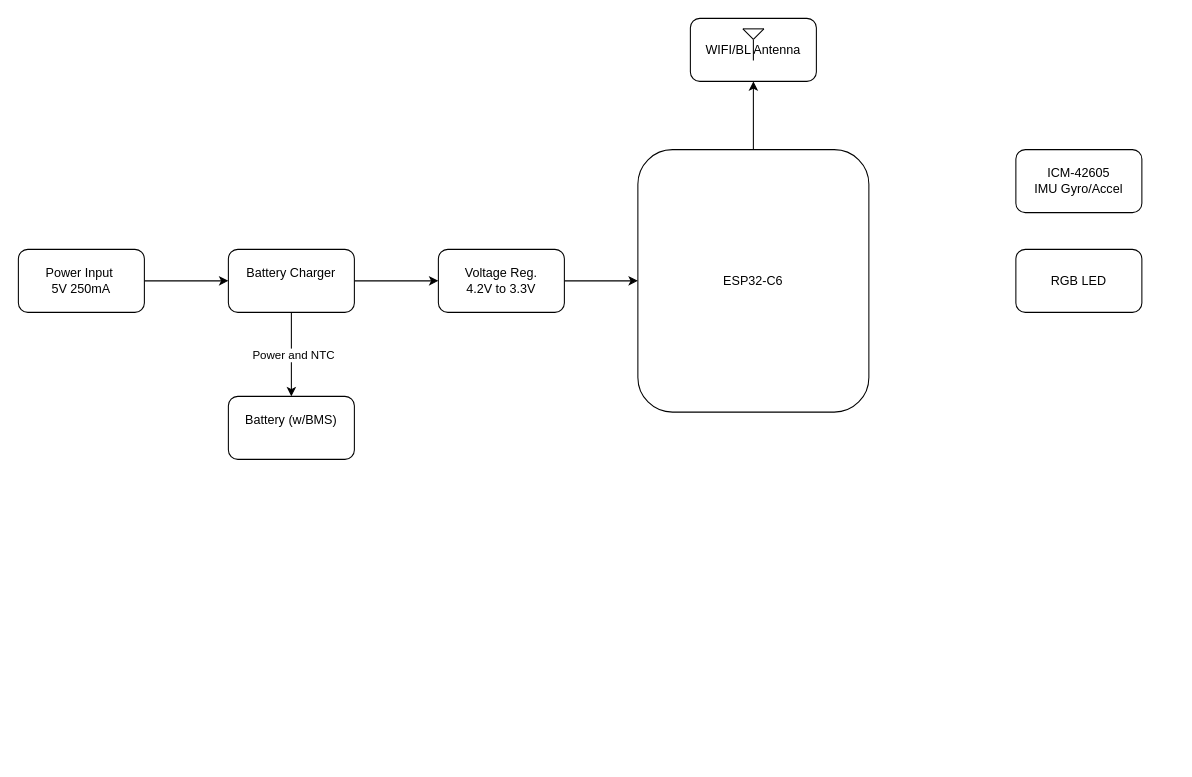
Before: Documantation/esp32-c6-block_diagram.drawio in mezarkabul/esp32-c6, a draw.io diagram. Source tidied: cells renumbered, new cells numbered last; positions are measured from the earlier drawing's top-left corner, leaving out a move shared by most shapes. Both pictures are drawn from the tidied source at 105%, with x=0, y=0 at pixel (18, 18).
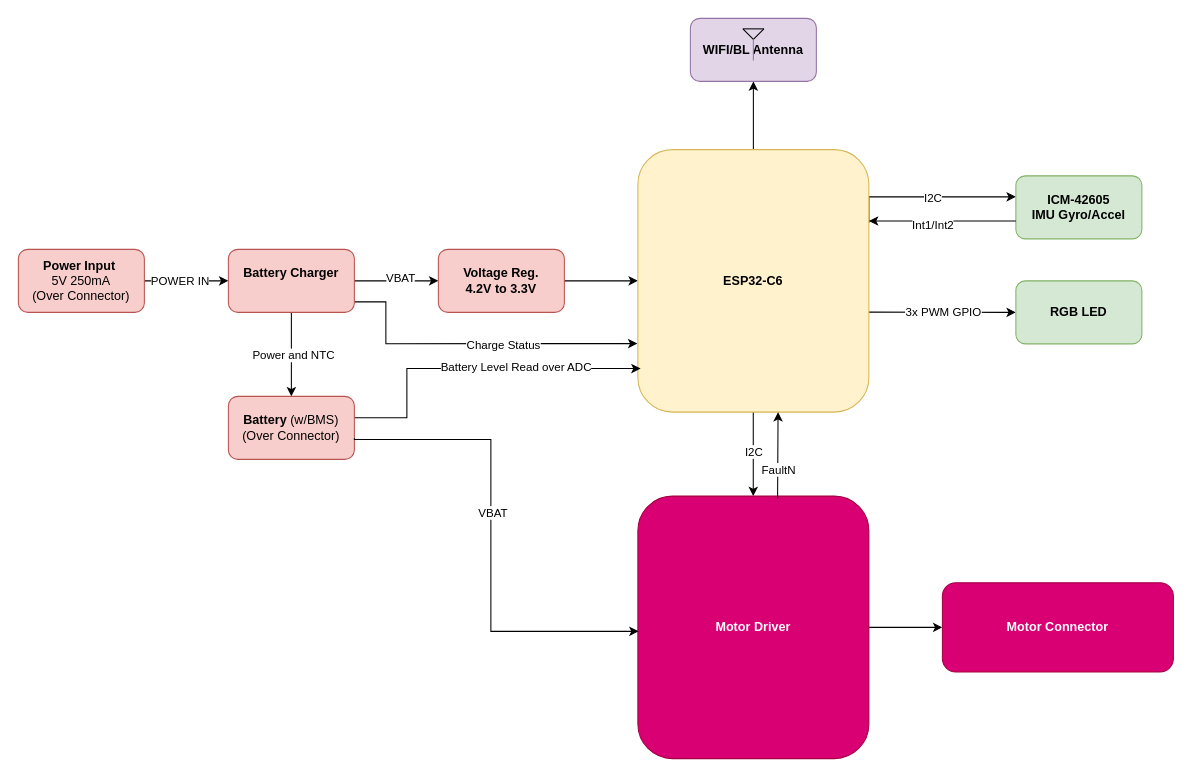
The same diagram, later.

Unchanged cells that the change refers to:
```xml
<mxCell id="2" style="edgeStyle=orthogonalEdgeStyle;rounded=0;jettySize=auto;html=1;" parent="1" edge="1" source="3" target="7">
  <mxGeometry relative="1" as="geometry" />
</mxCell>
<mxCell id="6" style="edgeStyle=orthogonalEdgeStyle;rounded=0;jettySize=auto;html=1;exitX=1;exitY=0.5;exitDx=0;exitDy=0;" parent="1" edge="1" source="7" target="10">
  <mxGeometry relative="1" as="geometry" />
</mxCell>
```

Change to the diagram source:
```diff
@@
+    <mxCell id="20" value="POWER IN" style="edgeLabel;html=1;align=center;verticalAlign=middle;" parent="2" vertex="1">
+      <mxGeometry x="-0.18" y="1" relative="1" as="geometry" />
+    </mxCell>
-    <mxCell id="3" value="Power Input&amp;nbsp;&lt;br&gt;5V 250mA" style="rounded=1;whiteSpace=wrap;html=1;" parent="1" vertex="1">
+    <mxCell id="3" value="&lt;b&gt;Power Input&amp;nbsp;&lt;/b&gt;&lt;br&gt;5V 250mA&lt;br&gt;(Over Connector)" style="rounded=1;whiteSpace=wrap;html=1;fillColor=#f8cecc;strokeColor=#b85450;" parent="1" vertex="1">
       <mxGeometry y="220" width="120" height="60" as="geometry" />
     </mxCell>
@@
+    <mxCell id="21" value="VBAT" style="edgeLabel;html=1;align=center;verticalAlign=middle;" parent="6" vertex="1">
+      <mxGeometry x="0.08" y="3" relative="1" as="geometry" />
+    </mxCell>
+    <mxCell id="22" style="edgeStyle=orthogonalEdgeStyle;rounded=0;jettySize=auto;html=1;entryX=-0.002;entryY=0.739;entryDx=0;entryDy=0;entryPerimeter=0;" parent="1" edge="1" source="7" target="12">
+      <mxGeometry relative="1" as="geometry">
+        <Array as="points">
+          <mxPoint x="350" y="270" />
+          <mxPoint x="350" y="310" />
+        </Array>
+      </mxGeometry>
+    </mxCell>
+    <mxCell id="23" value="Charge Status" style="edgeLabel;html=1;align=center;verticalAlign=middle;" parent="22" vertex="1">
+      <mxGeometry x="-0.19" y="-1" relative="1" as="geometry">
+        <mxPoint x="56" as="offset" />
+      </mxGeometry>
+    </mxCell>
-    <mxCell id="7" value="Battery Charger&lt;div&gt;&lt;br&gt;&lt;/div&gt;" style="whiteSpace=wrap;html=1;rounded=1;" parent="1" vertex="1">
+    <mxCell id="7" value="&lt;b&gt;Battery Charger&lt;/b&gt;&lt;div&gt;&lt;br&gt;&lt;/div&gt;" style="whiteSpace=wrap;html=1;rounded=1;fillColor=#f8cecc;strokeColor=#b85450;" parent="1" vertex="1">
       <mxGeometry x="200" y="220" width="120" height="60" as="geometry" />
     </mxCell>
-    <mxCell id="8" value="Battery (w/BMS)&lt;div&gt;&lt;br&gt;&lt;/div&gt;" style="whiteSpace=wrap;html=1;rounded=1;" parent="1" vertex="1">
+    <mxCell id="8" value="&lt;b&gt;Battery &lt;/b&gt;(w/BMS)&lt;div&gt;(Over Connector)&lt;/div&gt;" style="whiteSpace=wrap;html=1;rounded=1;fillColor=#f8cecc;strokeColor=#b85450;" parent="1" vertex="1">
       <mxGeometry x="200" y="360" width="120" height="60" as="geometry" />
     </mxCell>
@@
-    <mxCell id="10" value="Voltage Reg.&lt;br&gt;4.2V to 3.3V" style="whiteSpace=wrap;html=1;rounded=1;" parent="1" vertex="1">
+    <mxCell id="10" value="&lt;b&gt;Voltage Reg.&lt;br&gt;4.2V to 3.3V&lt;/b&gt;" style="whiteSpace=wrap;html=1;rounded=1;fillColor=#f8cecc;strokeColor=#b85450;" parent="1" vertex="1">
       <mxGeometry x="400" y="220" width="120" height="60" as="geometry" />
     </mxCell>
@@
+    <mxCell id="24" style="edgeStyle=orthogonalEdgeStyle;rounded=0;jettySize=auto;html=1;entryX=0;entryY=0.5;entryDx=0;entryDy=0;exitX=0.991;exitY=0.619;exitDx=0;exitDy=0;exitPerimeter=0;" parent="1" edge="1" source="12" target="19">
+      <mxGeometry relative="1" as="geometry" />
+    </mxCell>
+    <mxCell id="25" value="3x PWM GPIO" style="edgeLabel;html=1;align=center;verticalAlign=middle;" parent="24" vertex="1">
+      <mxGeometry x="-0.19" y="1" relative="1" as="geometry">
+        <mxPoint x="14" y="1" as="offset" />
+      </mxGeometry>
+    </mxCell>
+    <mxCell id="26" style="edgeStyle=orthogonalEdgeStyle;rounded=0;orthogonalLoop=1;jettySize=auto;html=1;entryX=0;entryY=0.5;entryDx=0;entryDy=0;" parent="1" edge="1">
+      <mxGeometry relative="1" as="geometry">
+        <mxPoint x="810" y="195" as="sourcePoint" />
+        <mxPoint x="950" y="170" as="targetPoint" />
+        <Array as="points">
+          <mxPoint x="810" y="170" />
+        </Array>
+      </mxGeometry>
+    </mxCell>
+    <mxCell id="27" value="I2C" style="edgeLabel;html=1;align=center;verticalAlign=middle;" parent="26" vertex="1">
+      <mxGeometry x="-0.3" relative="1" as="geometry">
+        <mxPoint x="27" as="offset" />
+      </mxGeometry>
+    </mxCell>
+    <mxCell id="28" style="edgeStyle=orthogonalEdgeStyle;rounded=0;orthogonalLoop=1;jettySize=auto;html=1;" parent="1" edge="1">
+      <mxGeometry relative="1" as="geometry">
+        <mxPoint x="699.9" y="375" as="sourcePoint" />
+        <mxPoint x="699.9" y="455" as="targetPoint" />
+      </mxGeometry>
+    </mxCell>
+    <mxCell id="29" value="I2C&amp;nbsp;" style="edgeLabel;html=1;align=center;verticalAlign=middle;" parent="28" vertex="1">
+      <mxGeometry x="-0.07" y="2" relative="1" as="geometry" />
+    </mxCell>
-    <mxCell id="12" value="ESP32-C6" style="whiteSpace=wrap;html=1;rounded=1;" parent="1" vertex="1">
+    <mxCell id="12" value="&lt;b&gt;ESP32-C6&lt;/b&gt;" style="whiteSpace=wrap;html=1;rounded=1;fillColor=#fff2cc;strokeColor=#d6b656;" parent="1" vertex="1">
       <mxGeometry x="590" y="125" width="220" height="250" as="geometry" />
     </mxCell>
-    <mxCell id="13" value="WIFI/BL Antenna" style="whiteSpace=wrap;html=1;rounded=1;" parent="1" vertex="1">
+    <mxCell id="13" value="&lt;b&gt;WIFI/BL Antenna&lt;/b&gt;" style="whiteSpace=wrap;html=1;rounded=1;fillColor=#e1d5e7;strokeColor=#9673a6;" parent="1" vertex="1">
       <mxGeometry x="640" width="120" height="60" as="geometry" />
     </mxCell>
@@
-    <mxCell id="17" style="endArrow=none;html=1;rounded=0;" parent="1" edge="1">
+    <mxCell id="17" style="endArrow=none;html=1;rounded=0;fillColor=#e1d5e7;strokeColor=#9673a6;" parent="1" edge="1">
       <mxGeometry relative="1" as="geometry">
         <mxPoint x="700" y="40" as="sourcePoint" />
         <mxPoint x="700" y="20" as="targetPoint" />
       </mxGeometry>
     </mxCell>
-    <mxCell id="18" value="ICM-42605&lt;br&gt;IMU Gyro/Accel" style="rounded=1;whiteSpace=wrap;html=1;" parent="1" vertex="1">
-      <mxGeometry x="950" y="125" width="120" height="60" as="geometry" />
+    <mxCell id="18" value="&lt;b&gt;ICM-42605&lt;br&gt;IMU Gyro/Accel&lt;/b&gt;" style="rounded=1;whiteSpace=wrap;html=1;fillColor=#d5e8d4;strokeColor=#82b366;" parent="1" vertex="1">
+      <mxGeometry x="950" y="150" width="120" height="60" as="geometry" />
     </mxCell>
-    <mxCell id="19" value="RGB LED" style="rounded=1;whiteSpace=wrap;html=1;" parent="1" vertex="1">
-      <mxGeometry x="950" y="220" width="120" height="60" as="geometry" />
+    <mxCell id="19" value="&lt;b&gt;RGB LED&lt;/b&gt;" style="rounded=1;whiteSpace=wrap;html=1;fillColor=#d5e8d4;strokeColor=#82b366;" parent="1" vertex="1">
+      <mxGeometry x="950" y="250" width="120" height="60" as="geometry" />
     </mxCell>
+    <mxCell id="30" style="edgeStyle=orthogonalEdgeStyle;rounded=0;jettySize=auto;html=1;" parent="1" edge="1" source="31" target="38">
+      <mxGeometry relative="1" as="geometry" />
+    </mxCell>
+    <mxCell id="31" value="&lt;b&gt;Motor Driver&lt;/b&gt;" style="whiteSpace=wrap;html=1;rounded=1;fillColor=#d80073;fontColor=#ffffff;strokeColor=#A50040;" parent="1" vertex="1">
+      <mxGeometry x="590" y="455" width="220" height="250" as="geometry" />
+    </mxCell>
+    <mxCell id="32" style="edgeStyle=orthogonalEdgeStyle;rounded=0;jettySize=auto;html=1;entryX=0.607;entryY=0.998;entryDx=0;entryDy=0;entryPerimeter=0;exitX=0.605;exitY=0.011;exitDx=0;exitDy=0;exitPerimeter=0;" parent="1" edge="1" source="31">
+      <mxGeometry relative="1" as="geometry">
+        <mxPoint x="723.5" y="375" as="targetPoint" />
+        <Array as="points">
+          <mxPoint x="723" y="450" />
+          <mxPoint x="724" y="450" />
+        </Array>
+      </mxGeometry>
+    </mxCell>
+    <mxCell id="33" value="FaultN" style="edgeLabel;html=1;align=center;verticalAlign=middle;" parent="32" vertex="1">
+      <mxGeometry x="-0.06" relative="1" as="geometry">
+        <mxPoint y="11" as="offset" />
+      </mxGeometry>
+    </mxCell>
+    <mxCell id="34" style="edgeStyle=orthogonalEdgeStyle;rounded=0;orthogonalLoop=1;jettySize=auto;html=1;entryX=0.003;entryY=0.475;entryDx=0;entryDy=0;entryPerimeter=0;" parent="1" edge="1">
+      <mxGeometry relative="1" as="geometry">
+        <mxPoint x="320" y="400" as="sourcePoint" />
+        <mxPoint x="590.7" y="583.8" as="targetPoint" />
+        <Array as="points">
+          <mxPoint x="320" y="401" />
+          <mxPoint x="450" y="401" />
+          <mxPoint x="450" y="584" />
+        </Array>
+      </mxGeometry>
+    </mxCell>
+    <mxCell id="35" value="VBAT" style="edgeLabel;html=1;align=center;verticalAlign=middle;" parent="34" vertex="1">
+      <mxGeometry x="-0.12" y="1" relative="1" as="geometry" />
+    </mxCell>
+    <mxCell id="36" style="edgeStyle=orthogonalEdgeStyle;rounded=0;jettySize=auto;html=1;entryX=0.012;entryY=0.834;entryDx=0;entryDy=0;entryPerimeter=0;exitX=1.003;exitY=0.34;exitDx=0;exitDy=0;exitPerimeter=0;" parent="1" edge="1" source="8" target="12">
+      <mxGeometry relative="1" as="geometry">
+        <Array as="points">
+          <mxPoint x="370" y="380" />
+          <mxPoint x="370" y="334" />
+        </Array>
+      </mxGeometry>
+    </mxCell>
+    <mxCell id="37" value="Battery Level Read over ADC" style="edgeLabel;html=1;align=center;verticalAlign=middle;" parent="36" vertex="1">
+      <mxGeometry x="-0.03" y="2" relative="1" as="geometry">
+        <mxPoint x="45" as="offset" />
+      </mxGeometry>
+    </mxCell>
+    <mxCell id="38" value="&lt;b&gt;Motor Connector&lt;/b&gt;" style="whiteSpace=wrap;html=1;rounded=1;fillColor=#d80073;fontColor=#ffffff;strokeColor=#A50040;" parent="1" vertex="1">
+      <mxGeometry x="880" y="537.5" width="220" height="85" as="geometry" />
+    </mxCell>
+    <mxCell id="39" style="edgeStyle=orthogonalEdgeStyle;rounded=0;orthogonalLoop=1;jettySize=auto;html=1;entryX=1.005;entryY=0.312;entryDx=0;entryDy=0;entryPerimeter=0;" parent="1" edge="1">
+      <mxGeometry relative="1" as="geometry">
+        <mxPoint x="949" y="193" as="sourcePoint" />
+        <mxPoint x="810" y="193" as="targetPoint" />
+        <Array as="points">
+          <mxPoint x="950" y="193" />
+          <mxPoint x="950" y="193" />
+        </Array>
+      </mxGeometry>
+    </mxCell>
+    <mxCell id="40" value="Int1/Int2" style="edgeLabel;html=1;align=center;verticalAlign=middle;" parent="39" vertex="1">
+      <mxGeometry x="0.43" y="3" relative="1" as="geometry">
+        <mxPoint x="20" as="offset" />
+      </mxGeometry>
+    </mxCell>
```
